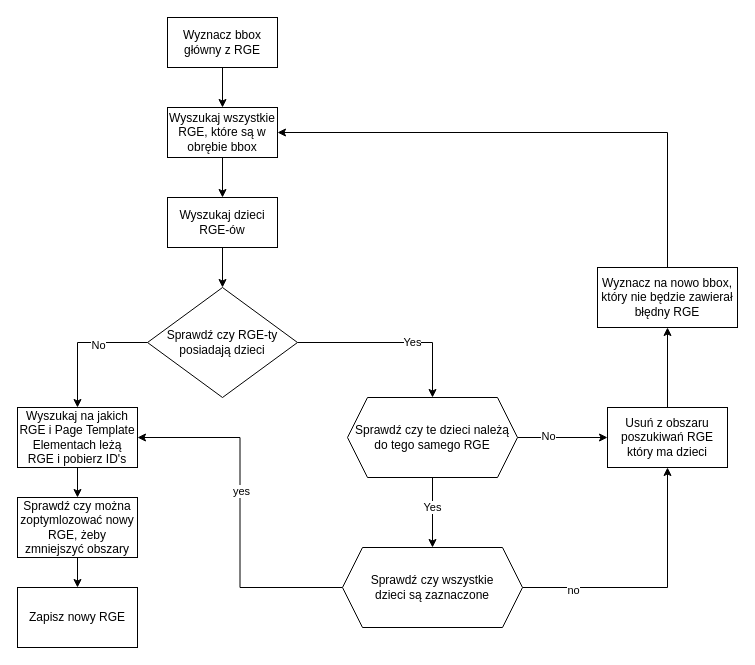
The draw.io diagram Diagram bez tytułu.drawio in teamw2org/ReactPrototype, before the edit. Source tidied: cells renumbered, new cells numbered last; positions are measured from the earlier drawing's top-left corner, leaving out a move shared by most shapes. Both pictures are drawn from the tidied source at 100%, with x=0, y=0 at pixel (17, 17).
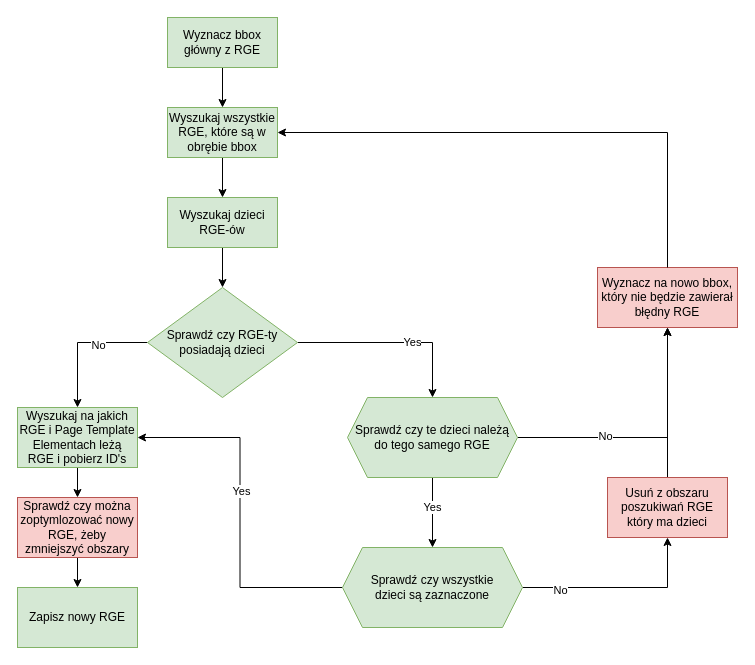
Above is the later version.

Unchanged cells that the change refers to:
```xml
<mxCell id="27" style="edgeStyle=orthogonalEdgeStyle;rounded=0;jettySize=auto;html=1;exitX=0;exitY=0.5;exitDx=0;exitDy=0;entryX=1;entryY=0.5;entryDx=0;entryDy=0;" parent="1" edge="1" source="31" target="14">
  <mxGeometry relative="1" as="geometry" />
</mxCell>
<mxCell id="29" style="edgeStyle=orthogonalEdgeStyle;rounded=0;jettySize=auto;html=1;exitX=1;exitY=0.5;exitDx=0;exitDy=0;entryX=0.5;entryY=1;entryDx=0;entryDy=0;" parent="1" edge="1" source="31" target="24">
  <mxGeometry relative="1" as="geometry" />
</mxCell>
```

What changed in the source:
```diff
@@
-    <mxCell id="3" value="Wyznacz bbox główny z RGE" style="html=1;whiteSpace=wrap;" parent="1" vertex="1">
+    <mxCell id="3" value="Wyznacz bbox główny z RGE" style="html=1;whiteSpace=wrap;fillColor=#d5e8d4;strokeColor=#82b366;" parent="1" vertex="1">
       <mxGeometry x="150" width="110" height="50" as="geometry" />
     </mxCell>
@@
-    <mxCell id="5" value="Wyszukaj wszystkie RGE, które są w obrębie bbox" style="html=1;whiteSpace=wrap;" parent="1" vertex="1">
+    <mxCell id="5" value="Wyszukaj wszystkie RGE, które są w obrębie bbox" style="html=1;whiteSpace=wrap;fillColor=#d5e8d4;strokeColor=#82b366;" parent="1" vertex="1">
       <mxGeometry x="150" y="90" width="110" height="50" as="geometry" />
     </mxCell>
@@
-    <mxCell id="7" value="Wyszukaj dzieci RGE-ów" style="html=1;whiteSpace=wrap;" parent="1" vertex="1">
+    <mxCell id="7" value="Wyszukaj dzieci RGE-ów" style="html=1;whiteSpace=wrap;fillColor=#d5e8d4;strokeColor=#82b366;" parent="1" vertex="1">
       <mxGeometry x="150" y="180" width="110" height="50" as="geometry" />
     </mxCell>
@@
-    <mxCell id="12" value="Sprawdź czy RGE-ty posiadają dzieci" style="rhombus;whiteSpace=wrap;html=1;" parent="1" vertex="1">
+    <mxCell id="12" value="Sprawdź czy RGE-ty posiadają dzieci" style="rhombus;whiteSpace=wrap;html=1;fillColor=#d5e8d4;strokeColor=#82b366;" parent="1" vertex="1">
       <mxGeometry x="130" y="270" width="150" height="110" as="geometry" />
     </mxCell>
@@
-    <mxCell id="14" value="Wyszukaj na jakich RGE i Page Template Elementach leżą RGE i pobierz ID's" style="whiteSpace=wrap;html=1;" parent="1" vertex="1">
+    <mxCell id="14" value="Wyszukaj na jakich RGE i Page Template Elementach leżą RGE i pobierz ID's" style="whiteSpace=wrap;html=1;fillColor=#d5e8d4;strokeColor=#82b366;" parent="1" vertex="1">
       <mxGeometry y="390" width="120" height="60" as="geometry" />
     </mxCell>
@@
-    <mxCell id="16" value="Sprawdź czy można zoptymlozować nowy RGE, żeby zmniejszyć obszary" style="whiteSpace=wrap;html=1;" parent="1" vertex="1">
+    <mxCell id="16" value="Sprawdź czy można zoptymlozować nowy RGE, żeby zmniejszyć obszary" style="whiteSpace=wrap;html=1;fillColor=#f8cecc;strokeColor=#b85450;" parent="1" vertex="1">
       <mxGeometry y="480" width="120" height="60" as="geometry" />
     </mxCell>
-    <mxCell id="17" value="Zapisz nowy RGE" style="whiteSpace=wrap;html=1;" parent="1" vertex="1">
+    <mxCell id="17" value="Zapisz nowy RGE" style="whiteSpace=wrap;html=1;fillColor=#d5e8d4;strokeColor=#82b366;" parent="1" vertex="1">
       <mxGeometry y="570" width="120" height="60" as="geometry" />
     </mxCell>
@@
-    <mxCell id="20" style="edgeStyle=orthogonalEdgeStyle;rounded=0;jettySize=auto;html=1;" parent="1" edge="1" source="22" target="24">
+    <mxCell id="20" style="edgeStyle=orthogonalEdgeStyle;rounded=0;jettySize=auto;html=1;entryX=0.5;entryY=1;entryDx=0;entryDy=0;" parent="1" edge="1" source="22" target="25">
       <mxGeometry relative="1" as="geometry" />
     </mxCell>
@@
-    <mxCell id="22" value="Sprawdź czy te dzieci należą do tego samego RGE" style="shape=hexagon;perimeter=hexagonPerimeter2;whiteSpace=wrap;html=1;fixedSize=1;" parent="1" vertex="1">
+    <mxCell id="22" value="Sprawdź czy te dzieci należą do tego samego RGE" style="shape=hexagon;perimeter=hexagonPerimeter2;whiteSpace=wrap;html=1;fixedSize=1;fillColor=#d5e8d4;strokeColor=#82b366;" parent="1" vertex="1">
       <mxGeometry x="330" y="380" width="170" height="80" as="geometry" />
     </mxCell>
@@
-    <mxCell id="24" value="Usuń z obszaru poszukiwań RGE który ma dzieci" style="whiteSpace=wrap;html=1;" parent="1" vertex="1">
-      <mxGeometry x="590" y="390" width="120" height="60" as="geometry" />
+    <mxCell id="24" value="Usuń z obszaru poszukiwań RGE który ma dzieci" style="whiteSpace=wrap;html=1;fillColor=#f8cecc;strokeColor=#b85450;" parent="1" vertex="1">
+      <mxGeometry x="590" y="460" width="120" height="60" as="geometry" />
     </mxCell>
-    <mxCell id="25" value="Wyznacz na nowo bbox, który nie będzie zawierał błędny RGE" style="whiteSpace=wrap;html=1;" parent="1" vertex="1">
+    <mxCell id="25" value="Wyznacz na nowo bbox, który nie będzie zawierał błędny RGE" style="whiteSpace=wrap;html=1;fillColor=#f8cecc;strokeColor=#b85450;" parent="1" vertex="1">
       <mxGeometry x="580" y="250" width="140" height="60" as="geometry" />
     </mxCell>
@@
-    <mxCell id="28" value="yes" style="edgeLabel;html=1;align=center;verticalAlign=middle;" parent="27" vertex="1">
+    <mxCell id="28" value="Yes" style="edgeLabel;html=1;align=center;verticalAlign=middle;" parent="27" vertex="1">
       <mxGeometry x="0.12" relative="1" as="geometry">
         <mxPoint x="1" as="offset" />
       </mxGeometry>
     </mxCell>
@@
-    <mxCell id="30" value="no" style="edgeLabel;html=1;align=center;verticalAlign=middle;" parent="29" vertex="1">
+    <mxCell id="30" value="No" style="edgeLabel;html=1;align=center;verticalAlign=middle;" parent="29" vertex="1">
       <mxGeometry x="-0.62" y="-2" relative="1" as="geometry" />
     </mxCell>
-    <mxCell id="31" value="Sprawdź czy wszystkie &lt;br&gt;dzieci są zaznaczone" style="shape=hexagon;perimeter=hexagonPerimeter2;whiteSpace=wrap;html=1;fixedSize=1;" parent="1" vertex="1">
+    <mxCell id="31" value="Sprawdź czy wszystkie &lt;br&gt;dzieci są zaznaczone" style="shape=hexagon;perimeter=hexagonPerimeter2;whiteSpace=wrap;html=1;fixedSize=1;fillColor=#d5e8d4;strokeColor=#82b366;" parent="1" vertex="1">
       <mxGeometry x="325" y="530" width="180" height="80" as="geometry" />
     </mxCell>
```
